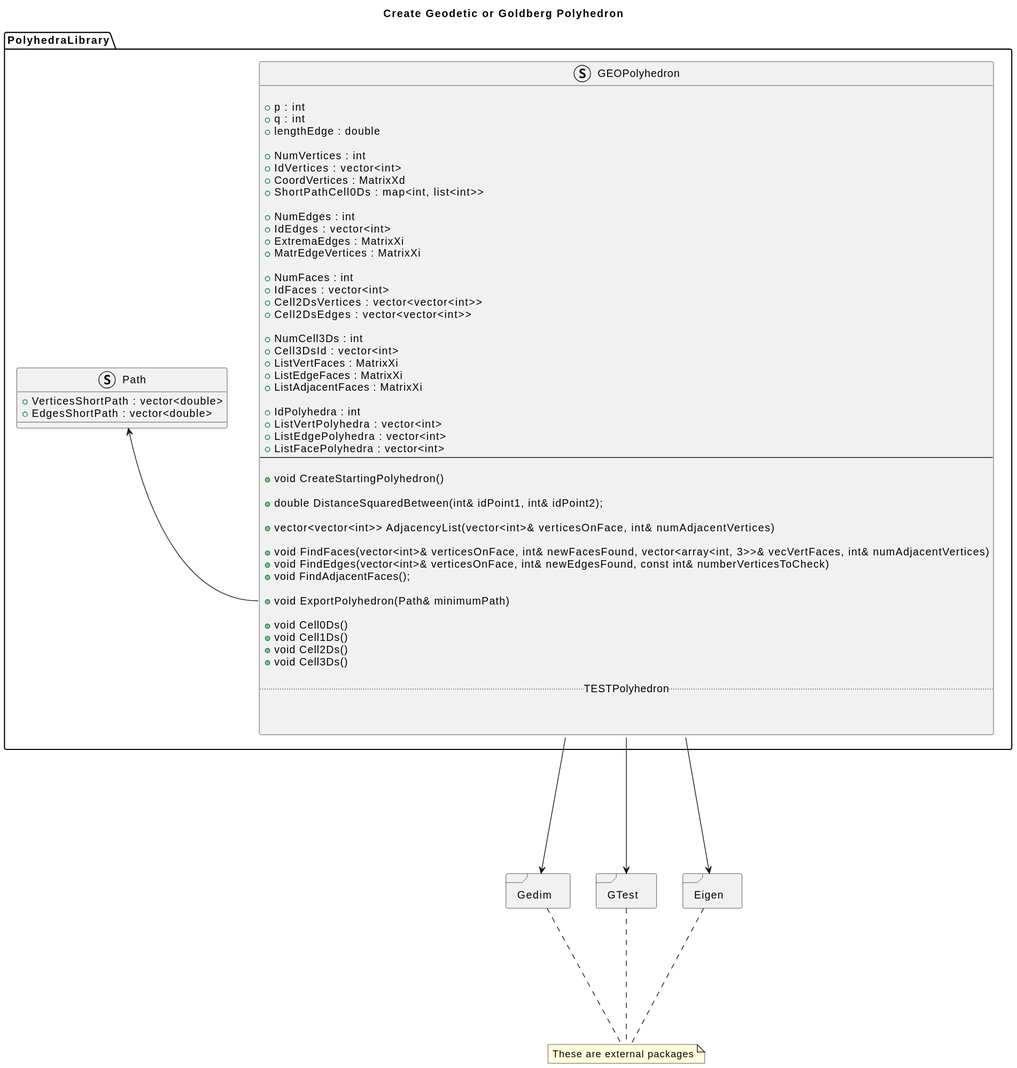
Earlier version of the PlantUML export Documentation/SVG_images/PolyhedraLibrary.svg (M4rc10n3/ProgettoPCS2025).
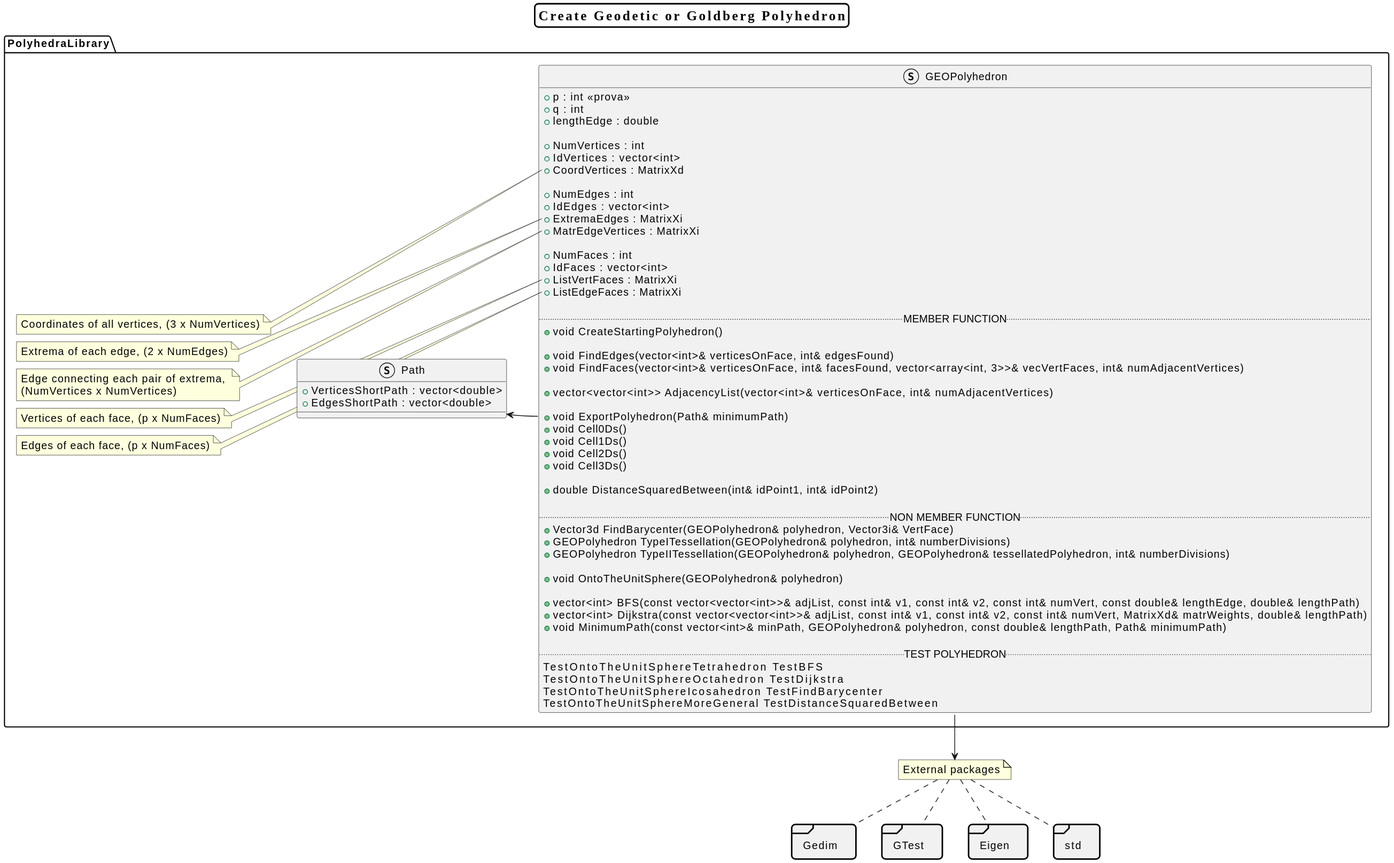
After the change.

Commit message:
PolyhedraLibrary uml

Diff of the diagram source:
```diff
@@ -1,24 +1,32 @@
 @startuml
+<style>
+partition{
+    RoundCorner 7
+}
+
+package{
+    RoundCorner 7
+    LineColor #6BC2FA
+    BackgroundColor #BCE5FF}
+</style>
+skinparam defaultFontSize 14
+skinparam titleFontName Serif
+skinparam titleFontSize 18
+skinparam titleBorderColor Black
+skinparam titleBorderThickness 2
+skinparam titleBorderRoundCorner 10
 title Create Geodetic or Goldberg Polyhedron
 
 package PolyhedraLibrary <<Folder>>
 {
-
-struct Path {
-  + VerticesShortPath : vector<double>
-  + EdgesShortPath : vector<double>
-  }
-
 struct GEOPolyhedron {
-
-  + p : int
+  + p : int <<prova>>
   + q : int
   + lengthEdge : double
 
   + NumVertices : int
   + IdVertices : vector<int>
   + CoordVertices : MatrixXd
-  + ShortPathCell0Ds : map<int, list<int>>
 
   + NumEdges : int
   + IdEdges : vector<int>
@@ -27,43 +35,69 @@
 
   + NumFaces : int
   + IdFaces : vector<int>
-  + Cell2DsVertices : vector<vector<int>>
-  + Cell2DsEdges : vector<vector<int>>
-
-  + NumCell3Ds : int
-  + Cell3DsId : vector<int>
   + ListVertFaces : MatrixXi
   + ListEdgeFaces : MatrixXi
-  + ListAdjacentFaces : MatrixXi
 
-  + IdPolyhedra : int
-  + ListVertPolyhedra : vector<int>
-  + ListEdgePolyhedra : vector<int>
-  + ListFacePolyhedra : vector<int>
---
-
+  .. MEMBER FUNCTION ..
   + void CreateStartingPolyhedron()
 
-  + double DistanceSquaredBetween(int& idPoint1, int& idPoint2);
+  + void FindEdges(vector<int>& verticesOnFace, int& edgesFound)
+  + void FindFaces(vector<int>& verticesOnFace, int& facesFound, vector<array<int, 3>>& vecVertFaces, int& numAdjacentVertices)
 
   + vector<vector<int>> AdjacencyList(vector<int>& verticesOnFace, int& numAdjacentVertices)
 
-  + void FindFaces(vector<int>& verticesOnFace, int& newFacesFound, vector<array<int, 3>>& vecVertFaces, int& numAdjacentVertices)
-  + void FindEdges(vector<int>& verticesOnFace, int& newEdgesFound, const int& numberVerticesToCheck)
-  + void FindAdjacentFaces();
-
   + void ExportPolyhedron(Path& minimumPath)
-
   + void Cell0Ds()
   + void Cell1Ds()
   + void Cell2Ds()
   + void Cell3Ds()
 
-.. TESTPolyhedron ..
+  + double DistanceSquaredBetween(int& idPoint1, int& idPoint2)
 
+  .. NON MEMBER FUNCTION ..
+  + Vector3d FindBarycenter(GEOPolyhedron& polyhedron, Vector3i& VertFace)
+  + GEOPolyhedron TypeITessellation(GEOPolyhedron& polyhedron, int& numberDivisions)
+  + GEOPolyhedron TypeIITessellation(GEOPolyhedron& polyhedron, GEOPolyhedron& tessellatedPolyhedron, int& numberDivisions)
 
+  + void OntoTheUnitSphere(GEOPolyhedron& polyhedron)
 
-}
+  + vector<int> BFS(const vector<vector<int>>& adjList, const int& v1, const int& v2, const int& numVert, const double& lengthEdge, double& lengthPath)
+  + vector<int> Dijkstra(const vector<vector<int>>& adjList, const int& v1, const int& v2, const int& numVert, MatrixXd& matrWeights, double& lengthPath)
+  + void MinimumPath(const vector<int>& minPath, GEOPolyhedron& polyhedron, const double& lengthPath, Path& minimumPath)
+
+  .. TEST POLYHEDRON ..
+  TestOntoTheUnitSphereTetrahedron              TestBFS
+  TestOntoTheUnitSphereOctahedron               TestDijkstra
+  TestOntoTheUnitSphereIcosahedron              TestFindBarycenter
+  TestOntoTheUnitSphereMoreGeneral             TestDistanceSquaredBetween
+  }
+  note left of GEOPolyhedron::CoordVertices
+  Coordinates of all vertices, (3 x NumVertices)
+  end note
+
+  note left of GEOPolyhedron::ExtremaEdges
+  Extrema of each edge, (2 x NumEdges)
+  end note
+
+  note left of GEOPolyhedron::MatrEdgeVertices
+  Edge connecting each pair of extrema,
+  (NumVertices x NumVertices)
+  end note
+
+  note left of GEOPolyhedron::ListVertFaces
+  Vertices of each face, (p x NumFaces)
+  end note
+
+  note left of GEOPolyhedron::ListEdgeFaces
+  Edges of each face, (p x NumFaces)
+  end note
+
+struct Path {
+  + VerticesShortPath : vector<double>
+  + EdgesShortPath : vector<double>
+  }
+
+  GEOPolyhedron::ExportPolyhedron -left-> Path
 }
 
 package Gedim <<Frame>>
@@ -78,16 +112,15 @@
 {
 
 }
+package std <<Frame>>
+{
 
-GEOPolyhedron::ExportPolyhedron --left--> Path
+}
 
-GEOPolyhedron::GedimInterface --down--> Gedim
-GEOPolyhedron::GedimInterface --down--> Eigen
-GEOPolyhedron::GedimInterface --down--> GTest
-
-
-note "These are external packages" as ExternalNote
-Gedim --down.. ExternalNote
-Eigen --down.. ExternalNote
-GTest --down.. ExternalNote
+note "External packages" as ExternalNote
+GEOPolyhedron::GedimInterface -down-> ExternalNote
+ExternalNote -down. Gedim
+ExternalNote -down. GTest
+ExternalNote -down. Eigen
+ExternalNote -down. std
 @enduml
```
